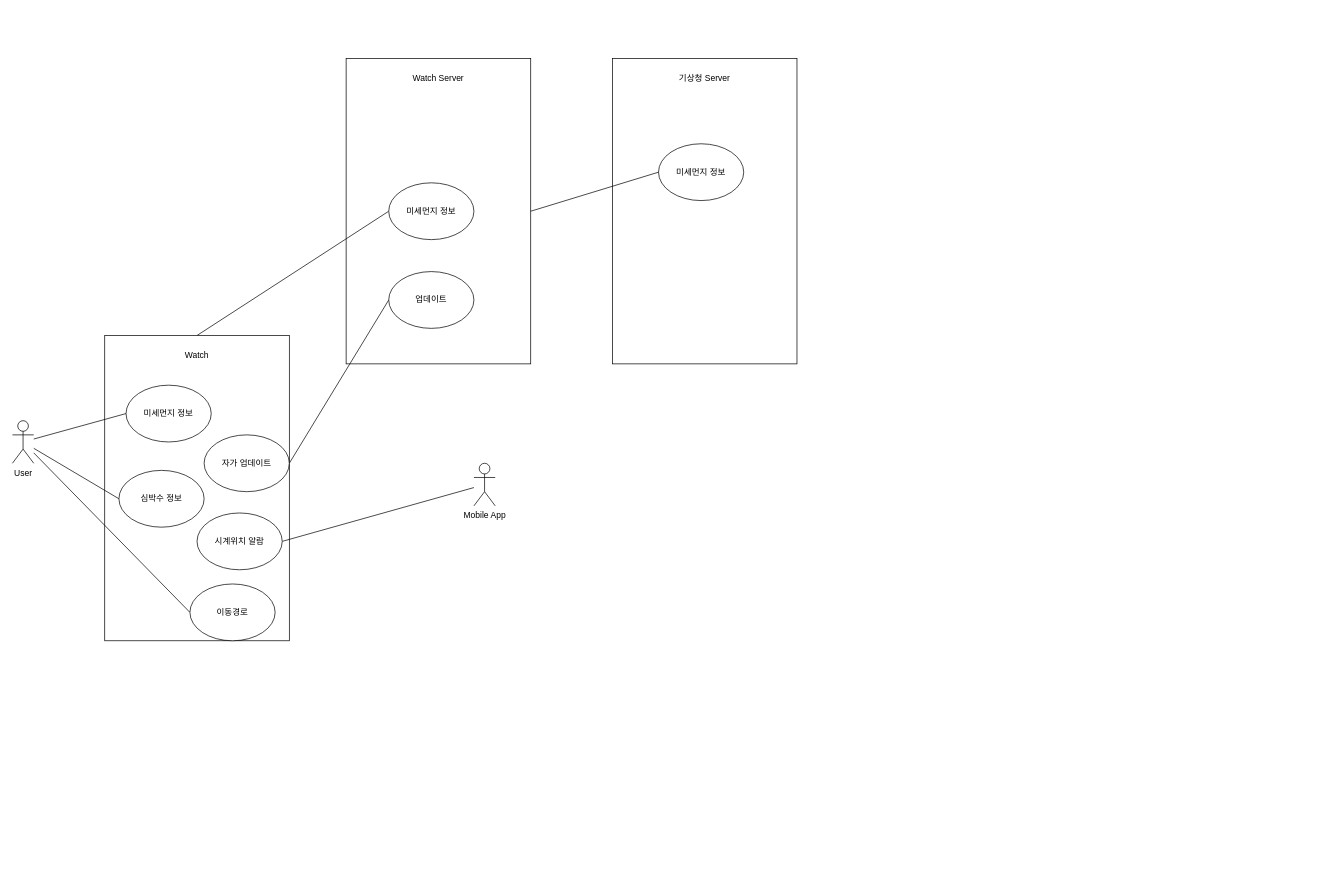
The draw.io diagram page "HOMEWORK1" (1 of 2) of PRE/use_case.drawio in coldmu/aa_exam, before the edit. Source tidied: cells renumbered, new cells numbered last; positions are measured from the earlier drawing's top-left corner, leaving out a move shared by most shapes. Both pictures are drawn from the tidied source at 71%, with x=0, y=0 at pixel (12, 58).
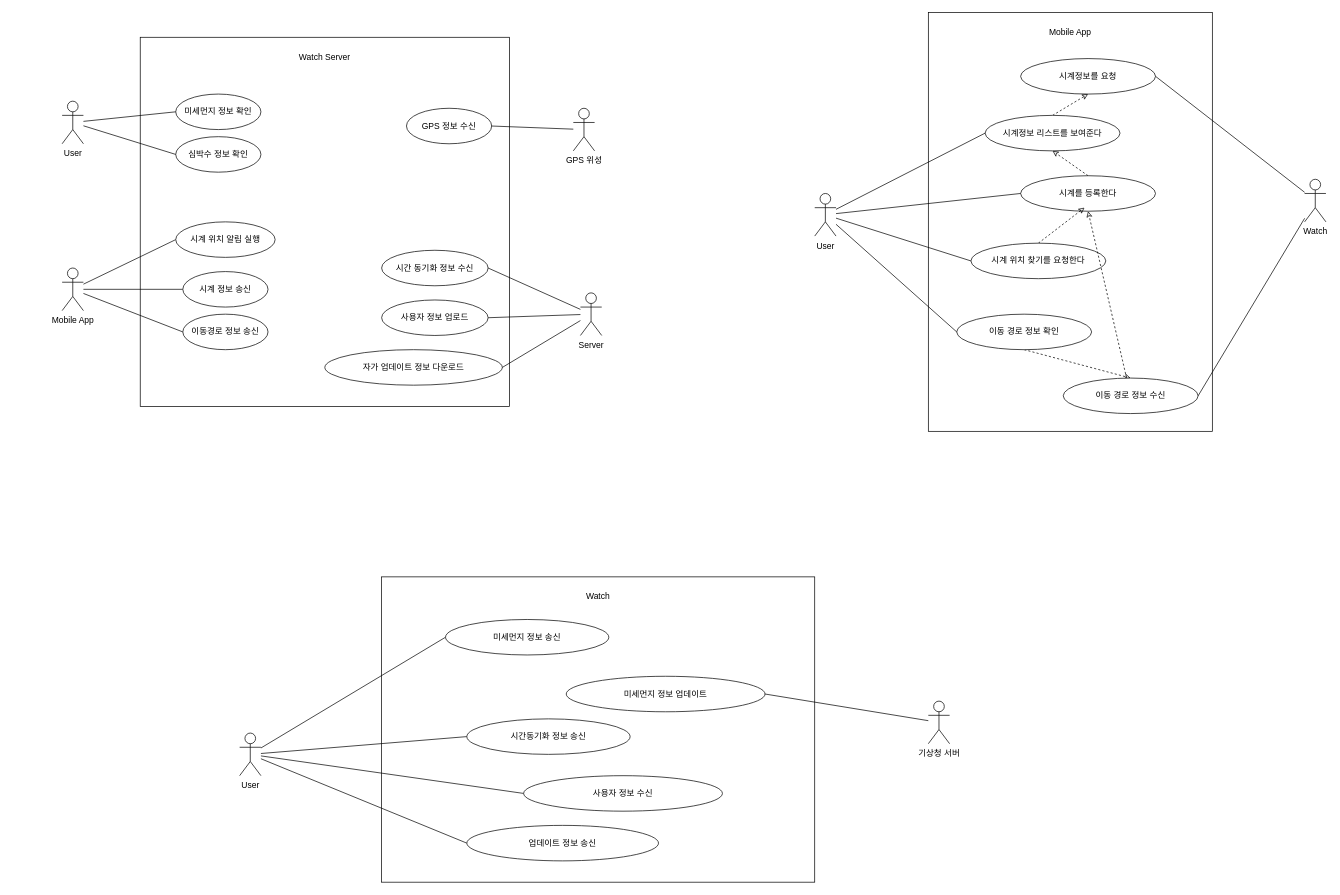
Above is the later version.

The edit, as a diff of the source:
```diff
@@
     <mxCell id="2" value="&lt;br&gt;Watch Server" style="rounded=0;whiteSpace=wrap;html=1;labelPosition=center;verticalLabelPosition=middle;align=center;verticalAlign=top;" parent="1" vertex="1">
-      <mxGeometry x="470" width="260" height="430" as="geometry" />
+      <mxGeometry x="180" y="-30" width="520" height="520" as="geometry" />
     </mxCell>
-    <mxCell id="3" style="rounded=0;jettySize=auto;html=1;exitX=0.5;exitY=0;exitDx=0;exitDy=0;entryX=0;entryY=0.5;entryDx=0;entryDy=0;endArrow=none;endFill=0;" parent="1" edge="1" source="4" target="14">
-      <mxGeometry relative="1" as="geometry" />
-    </mxCell>
     <mxCell id="4" value="&lt;br&gt;Watch" style="rounded=0;whiteSpace=wrap;html=1;labelPosition=center;verticalLabelPosition=middle;align=center;verticalAlign=top;" parent="1" vertex="1">
-      <mxGeometry x="130" y="390" width="260" height="430" as="geometry" />
+      <mxGeometry x="520" y="730" width="610" height="430" as="geometry" />
     </mxCell>
-    <mxCell id="5" value="&lt;br&gt;기상청 Server" style="rounded=0;whiteSpace=wrap;html=1;horizontal=1;labelPosition=center;verticalLabelPosition=middle;align=center;verticalAlign=top;" parent="1" vertex="1">
-      <mxGeometry x="845" width="260" height="430" as="geometry" />
+    <mxCell id="5" value="&lt;br&gt;Mobile App" style="rounded=0;whiteSpace=wrap;html=1;horizontal=1;labelPosition=center;verticalLabelPosition=middle;align=center;verticalAlign=top;" parent="1" vertex="1">
+      <mxGeometry x="1290" y="-65" width="400" height="590" as="geometry" />
     </mxCell>
@@
+    <mxCell id="22" style="edgeStyle=none;shape=connector;rounded=0;jettySize=auto;html=1;entryX=0;entryY=0.5;entryDx=0;entryDy=0;labelBackgroundColor=default;strokeColor=default;fontFamily=Helvetica;fontSize=11;fontColor=default;endArrow=none;endFill=0;" parent="1" edge="1" source="9" target="17">
+      <mxGeometry relative="1" as="geometry" />
+    </mxCell>
     <mxCell id="9" value="User" style="shape=umlActor;verticalLabelPosition=bottom;verticalAlign=top;html=1;outlineConnect=0;" parent="1" vertex="1">
-      <mxGeometry y="510" width="30" height="60" as="geometry" />
+      <mxGeometry x="320" y="950" width="30" height="60" as="geometry" />
     </mxCell>
-    <mxCell id="10" value="미세먼지 정보" style="ellipse;whiteSpace=wrap;html=1;" parent="1" vertex="1">
-      <mxGeometry x="160" y="460" width="120" height="80" as="geometry" />
+    <mxCell id="10" value="미세먼지 정보 송신" style="ellipse;whiteSpace=wrap;html=1;" parent="1" vertex="1">
+      <mxGeometry x="610" y="790" width="230" height="50" as="geometry" />
     </mxCell>
-    <mxCell id="11" value="미세먼지 정보" style="ellipse;whiteSpace=wrap;html=1;" parent="1" vertex="1">
-      <mxGeometry x="910" y="120" width="120" height="80" as="geometry" />
+    <mxCell id="11" value="시계정보를 요청" style="ellipse;whiteSpace=wrap;html=1;" parent="1" vertex="1">
+      <mxGeometry x="1420" width="190" height="50" as="geometry" />
     </mxCell>
-    <mxCell id="12" style="rounded=0;jettySize=auto;html=1;exitX=1;exitY=0.5;exitDx=0;exitDy=0;entryX=0;entryY=0.5;entryDx=0;entryDy=0;fontSize=11;endArrow=none;endFill=0;" parent="1" edge="1" source="2" target="11">
-      <mxGeometry relative="1" as="geometry" />
-    </mxCell>
-    <mxCell id="13" value="심박수 정보" style="ellipse;whiteSpace=wrap;html=1;" parent="1" vertex="1">
-      <mxGeometry x="150" y="580" width="120" height="80" as="geometry" />
+    <mxCell id="13" value="시간동기화 정보 송신" style="ellipse;whiteSpace=wrap;html=1;" parent="1" vertex="1">
+      <mxGeometry x="640" y="930" width="230" height="50" as="geometry" />
     </mxCell>
-    <mxCell id="14" value="미세먼지 정보" style="ellipse;whiteSpace=wrap;html=1;" parent="1" vertex="1">
-      <mxGeometry x="530" y="175" width="120" height="80" as="geometry" />
+    <mxCell id="14" value="미세먼지 정보 확인" style="ellipse;whiteSpace=wrap;html=1;" parent="1" vertex="1">
+      <mxGeometry x="230" y="50" width="120" height="50" as="geometry" />
     </mxCell>
-    <mxCell id="15" style="rounded=0;jettySize=auto;html=1;entryX=1;entryY=0.5;entryDx=0;entryDy=0;endArrow=none;endFill=0;" parent="1" edge="1" source="16" target="17">
-      <mxGeometry relative="1" as="geometry" />
-    </mxCell>
+    <mxCell id="23" style="edgeStyle=none;shape=connector;rounded=0;jettySize=auto;html=1;entryX=0;entryY=0.5;entryDx=0;entryDy=0;labelBackgroundColor=default;strokeColor=default;fontFamily=Helvetica;fontSize=11;fontColor=default;endArrow=none;endFill=0;" parent="1" edge="1" source="16" target="30">
+      <mxGeometry relative="1" as="geometry" />
+    </mxCell>
+    <mxCell id="24" style="edgeStyle=none;shape=connector;rounded=0;jettySize=auto;html=1;entryX=0;entryY=0.5;entryDx=0;entryDy=0;labelBackgroundColor=default;strokeColor=default;fontFamily=Helvetica;fontSize=11;fontColor=default;endArrow=none;endFill=0;" parent="1" edge="1" source="16" target="31">
+      <mxGeometry relative="1" as="geometry" />
+    </mxCell>
+    <mxCell id="25" style="edgeStyle=none;shape=connector;rounded=0;jettySize=auto;html=1;entryX=0;entryY=0.5;entryDx=0;entryDy=0;labelBackgroundColor=default;strokeColor=default;fontFamily=Helvetica;fontSize=11;fontColor=default;endArrow=none;endFill=0;" parent="1" edge="1" source="16" target="32">
+      <mxGeometry relative="1" as="geometry" />
+    </mxCell>
     <mxCell id="16" value="Mobile App" style="shape=umlActor;verticalLabelPosition=bottom;verticalAlign=top;html=1;outlineConnect=0;" parent="1" vertex="1">
-      <mxGeometry x="650" y="570" width="30" height="60" as="geometry" />
+      <mxGeometry x="70" y="295" width="30" height="60" as="geometry" />
     </mxCell>
-    <mxCell id="17" value="시계위치 알람" style="ellipse;whiteSpace=wrap;html=1;" parent="1" vertex="1">
-      <mxGeometry x="260" y="640" width="120" height="80" as="geometry" />
+    <mxCell id="17" value="사용자 정보 수신" style="ellipse;whiteSpace=wrap;html=1;" parent="1" vertex="1">
+      <mxGeometry x="720" y="1010" width="280" height="50" as="geometry" />
     </mxCell>
-    <mxCell id="18" style="edgeStyle=none;shape=connector;rounded=0;jettySize=auto;html=1;exitX=1;exitY=0.5;exitDx=0;exitDy=0;entryX=0;entryY=0.5;entryDx=0;entryDy=0;labelBackgroundColor=default;strokeColor=default;fontFamily=Helvetica;fontSize=11;fontColor=default;endArrow=none;endFill=0;" parent="1" edge="1" source="19" target="20">
-      <mxGeometry relative="1" as="geometry" />
-    </mxCell>
-    <mxCell id="19" value="자가 업데이트" style="ellipse;whiteSpace=wrap;html=1;" parent="1" vertex="1">
-      <mxGeometry x="270" y="530" width="120" height="80" as="geometry" />
+    <mxCell id="19" value="미세먼지 정보 업데이트" style="ellipse;whiteSpace=wrap;html=1;" parent="1" vertex="1">
+      <mxGeometry x="780" y="870" width="280" height="50" as="geometry" />
     </mxCell>
-    <mxCell id="20" value="업데이트" style="ellipse;whiteSpace=wrap;html=1;" parent="1" vertex="1">
-      <mxGeometry x="530" y="300" width="120" height="80" as="geometry" />
+    <mxCell id="20" value="자가 업데이트 정보 다운로드" style="ellipse;whiteSpace=wrap;html=1;" parent="1" vertex="1">
+      <mxGeometry x="440" y="410" width="250" height="50" as="geometry" />
     </mxCell>
-    <mxCell id="21" value="이동경로" style="ellipse;whiteSpace=wrap;html=1;" parent="1" vertex="1">
-      <mxGeometry x="250" y="740" width="120" height="80" as="geometry" />
+    <mxCell id="21" value="업데이트 정보 송신" style="ellipse;whiteSpace=wrap;html=1;" parent="1" vertex="1">
+      <mxGeometry x="640" y="1080" width="270" height="50" as="geometry" />
     </mxCell>
+    <mxCell id="26" value="사용자 정보 업로드" style="ellipse;whiteSpace=wrap;html=1;" parent="1" vertex="1">
+      <mxGeometry x="520" y="340" width="150" height="50" as="geometry" />
+    </mxCell>
+    <mxCell id="27" value="시간 동기화 정보 수신" style="ellipse;whiteSpace=wrap;html=1;" parent="1" vertex="1">
+      <mxGeometry x="520" y="270" width="150" height="50" as="geometry" />
+    </mxCell>
+    <mxCell id="28" value="GPS 정보 수신" style="ellipse;whiteSpace=wrap;html=1;" parent="1" vertex="1">
+      <mxGeometry x="555" y="70" width="120" height="50" as="geometry" />
+    </mxCell>
+    <mxCell id="29" value="심박수 정보 확인" style="ellipse;whiteSpace=wrap;html=1;" parent="1" vertex="1">
+      <mxGeometry x="230" y="110" width="120" height="50" as="geometry" />
+    </mxCell>
+    <mxCell id="30" value="시계 위치 알림 실행" style="ellipse;whiteSpace=wrap;html=1;" parent="1" vertex="1">
+      <mxGeometry x="230" y="230" width="140" height="50" as="geometry" />
+    </mxCell>
+    <mxCell id="31" value="시계 정보 송신" style="ellipse;whiteSpace=wrap;html=1;" parent="1" vertex="1">
+      <mxGeometry x="240" y="300" width="120" height="50" as="geometry" />
+    </mxCell>
+    <mxCell id="32" value="이동경로 정보 송신" style="ellipse;whiteSpace=wrap;html=1;" parent="1" vertex="1">
+      <mxGeometry x="240" y="360" width="120" height="50" as="geometry" />
+    </mxCell>
+    <mxCell id="33" style="edgeStyle=none;shape=connector;rounded=0;jettySize=auto;html=1;entryX=0;entryY=0.5;entryDx=0;entryDy=0;labelBackgroundColor=default;strokeColor=default;fontFamily=Helvetica;fontSize=11;fontColor=default;endArrow=none;endFill=0;" parent="1" edge="1" source="35" target="14">
+      <mxGeometry relative="1" as="geometry" />
+    </mxCell>
+    <mxCell id="34" style="edgeStyle=none;shape=connector;rounded=0;jettySize=auto;html=1;entryX=0;entryY=0.5;entryDx=0;entryDy=0;labelBackgroundColor=default;strokeColor=default;fontFamily=Helvetica;fontSize=11;fontColor=default;endArrow=none;endFill=0;" parent="1" edge="1" source="35" target="29">
+      <mxGeometry relative="1" as="geometry" />
+    </mxCell>
+    <mxCell id="35" value="User" style="shape=umlActor;verticalLabelPosition=bottom;verticalAlign=top;html=1;outlineConnect=0;" parent="1" vertex="1">
+      <mxGeometry x="70" y="60" width="30" height="60" as="geometry" />
+    </mxCell>
+    <mxCell id="36" style="edgeStyle=none;shape=connector;rounded=0;jettySize=auto;html=1;entryX=1;entryY=0.5;entryDx=0;entryDy=0;labelBackgroundColor=default;strokeColor=default;fontFamily=Helvetica;fontSize=11;fontColor=default;endArrow=none;endFill=0;" parent="1" edge="1" source="39" target="20">
+      <mxGeometry relative="1" as="geometry" />
+    </mxCell>
+    <mxCell id="37" style="edgeStyle=none;shape=connector;rounded=0;jettySize=auto;html=1;entryX=1;entryY=0.5;entryDx=0;entryDy=0;labelBackgroundColor=default;strokeColor=default;fontFamily=Helvetica;fontSize=11;fontColor=default;endArrow=none;endFill=0;" parent="1" edge="1" source="39" target="26">
+      <mxGeometry relative="1" as="geometry" />
+    </mxCell>
+    <mxCell id="38" style="edgeStyle=none;shape=connector;rounded=0;jettySize=auto;html=1;entryX=1;entryY=0.5;entryDx=0;entryDy=0;labelBackgroundColor=default;strokeColor=default;fontFamily=Helvetica;fontSize=11;fontColor=default;endArrow=none;endFill=0;" parent="1" edge="1" source="39" target="27">
+      <mxGeometry relative="1" as="geometry" />
+    </mxCell>
+    <mxCell id="39" value="Server" style="shape=umlActor;verticalLabelPosition=bottom;verticalAlign=top;html=1;outlineConnect=0;" parent="1" vertex="1">
+      <mxGeometry x="800" y="330" width="30" height="60" as="geometry" />
+    </mxCell>
+    <mxCell id="40" style="edgeStyle=none;shape=connector;rounded=0;jettySize=auto;html=1;entryX=1;entryY=0.5;entryDx=0;entryDy=0;labelBackgroundColor=default;strokeColor=default;fontFamily=Helvetica;fontSize=11;fontColor=default;endArrow=none;endFill=0;" parent="1" edge="1" source="41" target="28">
+      <mxGeometry relative="1" as="geometry" />
+    </mxCell>
+    <mxCell id="41" value="GPS 위성" style="shape=umlActor;verticalLabelPosition=bottom;verticalAlign=top;html=1;outlineConnect=0;" parent="1" vertex="1">
+      <mxGeometry x="790" y="70" width="30" height="60" as="geometry" />
+    </mxCell>
+    <mxCell id="42" style="edgeStyle=none;shape=connector;rounded=0;jettySize=auto;html=1;exitX=0.5;exitY=0;exitDx=0;exitDy=0;entryX=0.5;entryY=1;entryDx=0;entryDy=0;labelBackgroundColor=default;strokeColor=default;fontFamily=Helvetica;fontSize=11;fontColor=default;endArrow=classic;endFill=0;dashed=1;" parent="1" edge="1" source="43" target="11">
+      <mxGeometry relative="1" as="geometry" />
+    </mxCell>
+    <mxCell id="43" value="시계정보 리스트를 보여준다" style="ellipse;whiteSpace=wrap;html=1;" parent="1" vertex="1">
+      <mxGeometry x="1370" y="80" width="190" height="50" as="geometry" />
+    </mxCell>
+    <mxCell id="44" style="edgeStyle=none;shape=connector;rounded=0;jettySize=auto;html=1;exitX=0.5;exitY=0;exitDx=0;exitDy=0;entryX=0.5;entryY=1;entryDx=0;entryDy=0;labelBackgroundColor=default;strokeColor=default;fontFamily=Helvetica;fontSize=11;fontColor=default;endArrow=classic;endFill=0;dashed=1;" parent="1" edge="1" source="45" target="43">
+      <mxGeometry relative="1" as="geometry" />
+    </mxCell>
+    <mxCell id="45" value="시계를 등록한다" style="ellipse;whiteSpace=wrap;html=1;" parent="1" vertex="1">
+      <mxGeometry x="1420" y="165" width="190" height="50" as="geometry" />
+    </mxCell>
+    <mxCell id="46" style="edgeStyle=none;shape=connector;rounded=0;jettySize=auto;html=1;exitX=0.5;exitY=0;exitDx=0;exitDy=0;labelBackgroundColor=default;strokeColor=default;fontFamily=Helvetica;fontSize=11;fontColor=default;endArrow=classic;endFill=0;dashed=1;" parent="1" edge="1" source="47">
+      <mxGeometry relative="1" as="geometry">
+        <mxPoint x="1510" y="210" as="targetPoint" />
+      </mxGeometry>
+    </mxCell>
+    <mxCell id="47" value="시계 위치 찾기를 요청한다" style="ellipse;whiteSpace=wrap;html=1;" parent="1" vertex="1">
+      <mxGeometry x="1350" y="260" width="190" height="50" as="geometry" />
+    </mxCell>
+    <mxCell id="48" style="edgeStyle=none;shape=connector;rounded=0;jettySize=auto;html=1;exitX=0.5;exitY=1;exitDx=0;exitDy=0;entryX=0.5;entryY=0;entryDx=0;entryDy=0;labelBackgroundColor=default;strokeColor=default;fontFamily=Helvetica;fontSize=11;fontColor=default;endArrow=classic;endFill=0;dashed=1;" parent="1" edge="1" source="49" target="51">
+      <mxGeometry relative="1" as="geometry" />
+    </mxCell>
+    <mxCell id="49" value="이동 경로 정보 확인" style="ellipse;whiteSpace=wrap;html=1;" parent="1" vertex="1">
+      <mxGeometry x="1330" y="360" width="190" height="50" as="geometry" />
+    </mxCell>
+    <mxCell id="50" style="edgeStyle=none;shape=connector;rounded=0;jettySize=auto;html=1;entryX=0.5;entryY=1;entryDx=0;entryDy=0;labelBackgroundColor=default;strokeColor=default;fontFamily=Helvetica;fontSize=11;fontColor=default;endArrow=classic;endFill=0;dashed=1;" parent="1" edge="1" source="51" target="45">
+      <mxGeometry relative="1" as="geometry" />
+    </mxCell>
+    <mxCell id="51" value="이동 경로 정보 수신" style="ellipse;whiteSpace=wrap;html=1;" parent="1" vertex="1">
+      <mxGeometry x="1480" y="450" width="190" height="50" as="geometry" />
+    </mxCell>
+    <mxCell id="52" style="edgeStyle=none;shape=connector;rounded=0;jettySize=auto;html=1;entryX=0;entryY=0.5;entryDx=0;entryDy=0;labelBackgroundColor=default;strokeColor=default;fontFamily=Helvetica;fontSize=11;fontColor=default;endArrow=none;endFill=0;" parent="1" edge="1" source="56" target="49">
+      <mxGeometry relative="1" as="geometry" />
+    </mxCell>
+    <mxCell id="53" style="edgeStyle=none;shape=connector;rounded=0;jettySize=auto;html=1;entryX=0;entryY=0.5;entryDx=0;entryDy=0;labelBackgroundColor=default;strokeColor=default;fontFamily=Helvetica;fontSize=11;fontColor=default;endArrow=none;endFill=0;" parent="1" edge="1" source="56" target="47">
+      <mxGeometry relative="1" as="geometry" />
+    </mxCell>
+    <mxCell id="54" style="edgeStyle=none;shape=connector;rounded=0;jettySize=auto;html=1;entryX=0;entryY=0.5;entryDx=0;entryDy=0;labelBackgroundColor=default;strokeColor=default;fontFamily=Helvetica;fontSize=11;fontColor=default;endArrow=none;endFill=0;" parent="1" edge="1" source="56" target="45">
+      <mxGeometry relative="1" as="geometry" />
+    </mxCell>
+    <mxCell id="55" style="edgeStyle=none;shape=connector;rounded=0;jettySize=auto;html=1;entryX=0;entryY=0.5;entryDx=0;entryDy=0;labelBackgroundColor=default;strokeColor=default;fontFamily=Helvetica;fontSize=11;fontColor=default;endArrow=none;endFill=0;" parent="1" edge="1" source="56" target="43">
+      <mxGeometry relative="1" as="geometry" />
+    </mxCell>
+    <mxCell id="56" value="User" style="shape=umlActor;verticalLabelPosition=bottom;verticalAlign=top;html=1;outlineConnect=0;" parent="1" vertex="1">
+      <mxGeometry x="1130" y="190" width="30" height="60" as="geometry" />
+    </mxCell>
+    <mxCell id="57" style="edgeStyle=none;shape=connector;rounded=0;jettySize=auto;html=1;entryX=1;entryY=0.5;entryDx=0;entryDy=0;labelBackgroundColor=default;strokeColor=default;fontFamily=Helvetica;fontSize=11;fontColor=default;endArrow=none;endFill=0;" parent="1" edge="1" source="59" target="51">
+      <mxGeometry relative="1" as="geometry" />
+    </mxCell>
+    <mxCell id="58" style="edgeStyle=none;shape=connector;rounded=0;jettySize=auto;html=1;entryX=1;entryY=0.5;entryDx=0;entryDy=0;labelBackgroundColor=default;strokeColor=default;fontFamily=Helvetica;fontSize=11;fontColor=default;endArrow=none;endFill=0;" parent="1" edge="1" source="59" target="11">
+      <mxGeometry relative="1" as="geometry" />
+    </mxCell>
+    <mxCell id="59" value="Watch" style="shape=umlActor;verticalLabelPosition=bottom;verticalAlign=top;html=1;outlineConnect=0;" parent="1" vertex="1">
+      <mxGeometry x="1820" y="170" width="30" height="60" as="geometry" />
+    </mxCell>
+    <mxCell id="60" style="edgeStyle=none;shape=connector;rounded=0;jettySize=auto;html=1;entryX=1;entryY=0.5;entryDx=0;entryDy=0;labelBackgroundColor=default;strokeColor=default;fontFamily=Helvetica;fontSize=11;fontColor=default;endArrow=none;endFill=0;" parent="1" edge="1" source="61" target="19">
+      <mxGeometry relative="1" as="geometry" />
+    </mxCell>
+    <mxCell id="61" value="기상청 서버" style="shape=umlActor;verticalLabelPosition=bottom;verticalAlign=top;html=1;outlineConnect=0;" parent="1" vertex="1">
+      <mxGeometry x="1290" y="905" width="30" height="60" as="geometry" />
+    </mxCell>
```
